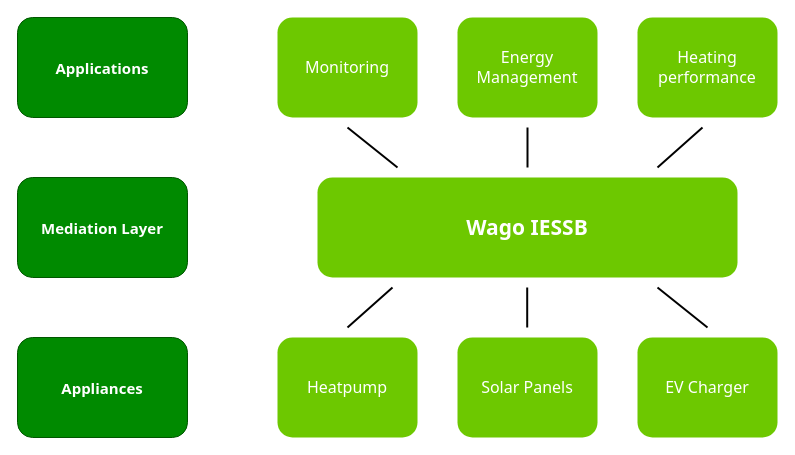
MartinMeyer1/doc-iessb keeps this draw.io diagram as diagrams/project-overview.drawio. Above is the earlier version. Source tidied: cells renumbered, new cells numbered last; positions are measured from the earlier drawing's top-left corner, leaving out a move shared by most shapes. Both pictures are drawn from the tidied source at 100%, with x=0, y=0 at pixel (17, 17).
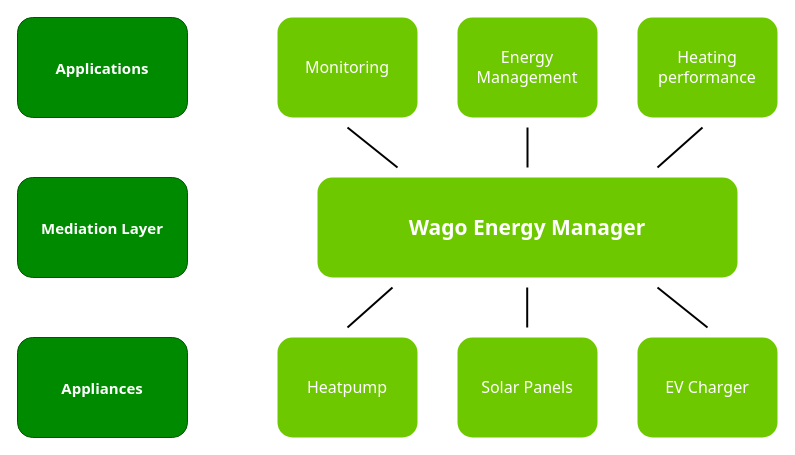
Above is the later version.

Diff of the diagram source:
```diff
@@
-    <mxCell id="2" value="Wago IESSB" style="rounded=1;whiteSpace=wrap;html=1;strokeColor=none;fillColor=#6DC800;fontColor=#ffffff;fontFamily=Tahoma;fontSize=21;fontStyle=1;" parent="1" vertex="1">
+    <mxCell id="2" value="Wago Energy Manager" style="rounded=1;whiteSpace=wrap;html=1;strokeColor=none;fillColor=#6DC800;fontColor=#ffffff;fontFamily=Tahoma;fontSize=21;fontStyle=1;" parent="1" vertex="1">
       <mxGeometry x="300" y="160" width="420" height="100" as="geometry" />
     </mxCell>
```
